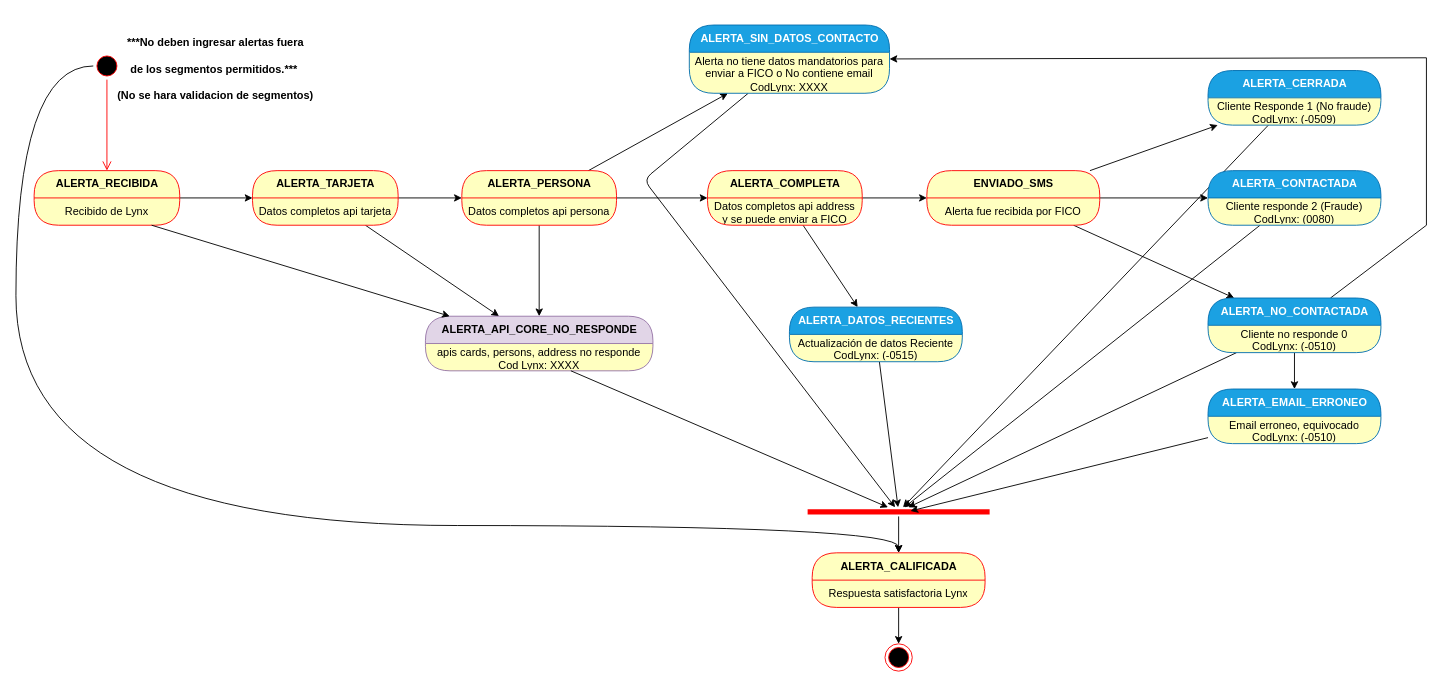
Earlier version of the draw.io diagram EstadosLynx.drawio (zolymo/diagrams). Source tidied: cells renumbered, new cells numbered last; positions are measured from the earlier drawing's top-left corner, leaving out a move shared by most shapes. Both pictures are drawn from the tidied source at 91%, with x=0, y=0 at pixel (15, 15).
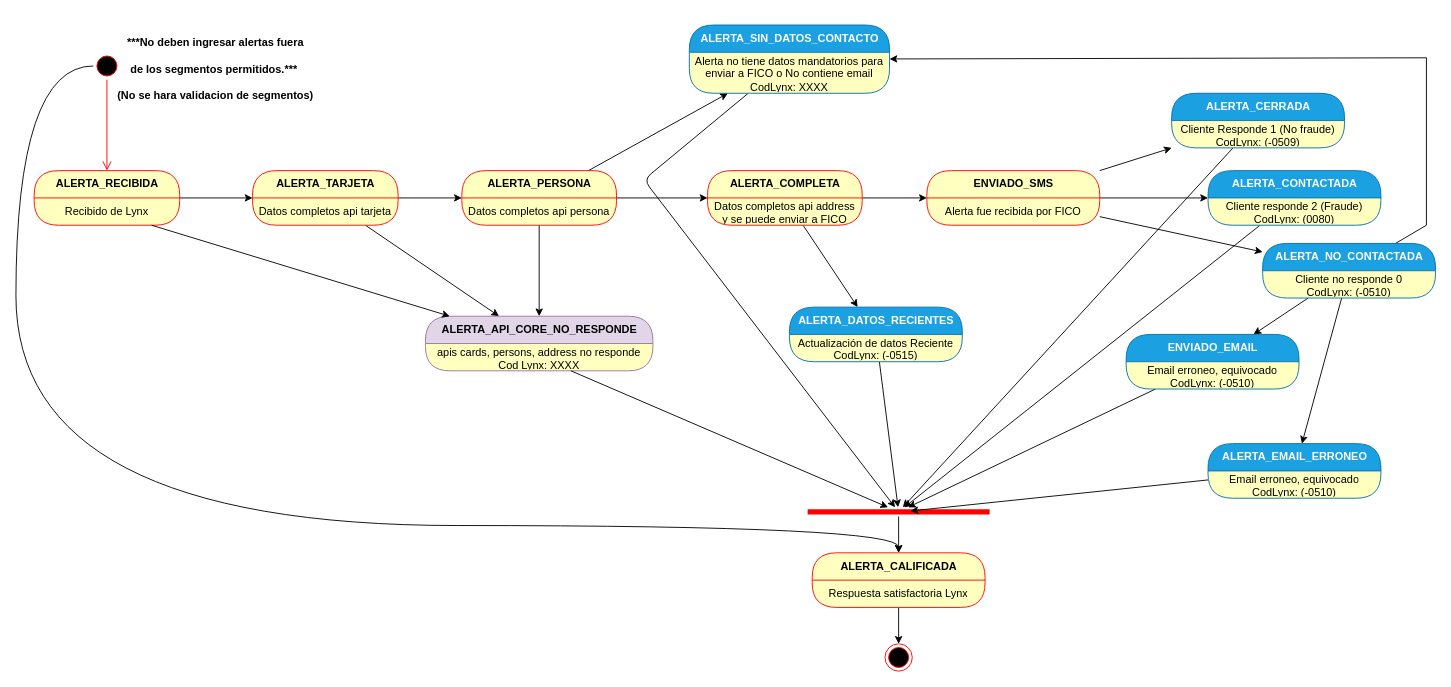
Above is the later version.

Unchanged cells that the change refers to:
```xml
<mxCell id="48" style="shape=line;html=1;strokeWidth=6;strokeColor=#ff0000;" parent="1" vertex="1">
  <mxGeometry x="870" y="540" width="200" height="10" as="geometry" />
</mxCell>
```

Diff of the diagram source:
```diff
@@
     <mxCell id="35" value="ALERTA_CERRADA" style="swimlane;html=1;fontStyle=1;align=center;verticalAlign=middle;horizontal=1;startSize=30;fontColor=#ffffff;rounded=1;arcSize=30;strokeColor=#006EAF;fillColor=#1ba1e2;swimlaneFillColor=#ffffc0;" parent="1" vertex="1">
-      <mxGeometry x="1310" y="60" width="190" height="60" as="geometry" />
+      <mxGeometry x="1270" y="85" width="190" height="60" as="geometry" />
     </mxCell>
@@
-    <mxCell id="39" style="edgeStyle=none;rounded=0;jettySize=auto;html=1;" parent="1" edge="1" source="42" target="48">
+    <mxCell id="39" style="edgeStyle=none;rounded=0;jettySize=auto;html=1;" parent="1" edge="1" source="59" target="48">
       <mxGeometry relative="1" as="geometry" />
     </mxCell>
@@
-    <mxCell id="41" style="edgeStyle=none;rounded=0;jettySize=auto;html=1;" parent="1" edge="1" source="42" target="56">
+    <mxCell id="41" style="edgeStyle=none;rounded=0;jettySize=auto;html=1;" parent="1" edge="1" source="42" target="59">
       <mxGeometry relative="1" as="geometry" />
     </mxCell>
+    <mxCell id="58" style="rounded=0;jettySize=auto;html=1;" parent="1" edge="1" source="42" target="56">
+      <mxGeometry relative="1" as="geometry" />
+    </mxCell>
     <mxCell id="42" value="ALERTA_NO_CONTACTADA" style="swimlane;html=1;fontStyle=1;align=center;verticalAlign=middle;horizontal=1;startSize=30;fontColor=#ffffff;rounded=1;arcSize=30;strokeColor=#006EAF;fillColor=#1ba1e2;swimlaneFillColor=#ffffc0;" parent="1" vertex="1">
-      <mxGeometry x="1310" y="310" width="190" height="60" as="geometry" />
+      <mxGeometry x="1370" y="250" width="190" height="60" as="geometry" />
     </mxCell>
@@
     <mxCell id="56" value="ALERTA_EMAIL_ERRONEO" style="swimlane;html=1;fontStyle=1;align=center;verticalAlign=middle;horizontal=1;startSize=30;rounded=1;arcSize=30;strokeColor=#006EAF;fillColor=#1ba1e2;swimlaneFillColor=#ffffc0;fontColor=#ffffff;" parent="1" vertex="1">
-      <mxGeometry x="1310" y="410" width="190" height="60" as="geometry" />
+      <mxGeometry x="1310" y="470" width="190" height="60" as="geometry" />
     </mxCell>
@@
+    <mxCell id="59" value="ENVIADO_EMAIL" style="swimlane;html=1;fontStyle=1;align=center;verticalAlign=middle;horizontal=1;startSize=30;rounded=1;arcSize=30;strokeColor=#006EAF;fillColor=#1ba1e2;swimlaneFillColor=#ffffc0;fontColor=#ffffff;" parent="1" vertex="1">
+      <mxGeometry x="1220" y="350" width="190" height="60" as="geometry" />
+    </mxCell>
+    <mxCell id="60" value="Email erroneo, equivocado&lt;br&gt;CodLynx:&amp;nbsp;(-0510)" style="text;html=1;strokeColor=none;fillColor=none;align=center;verticalAlign=middle;spacingLeft=4;spacingRight=4;whiteSpace=wrap;overflow=hidden;fontColor=#000000;" parent="59" vertex="1">
+      <mxGeometry y="30" width="190" height="30" as="geometry" />
+    </mxCell>
```
